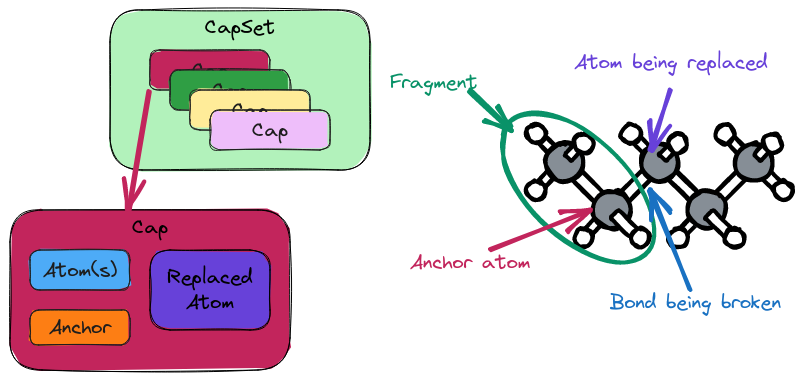
The Excalidraw diagram docs/source/developer/design/chemistry/assets/caps.png in NWChemEx/Chemist, before a commit. Source tidied: one line per element, renumbered; positions are measured from the earlier drawing's top-left corner, leaving out a move shared by most shapes. Its diagram source:
```json
{"id": 0, "type": "rectangle", "strokeColor": "#000000", "angle": 5.5, "backgroundColor": "white", "fillStyle": "solid", "strokeWidth": 4, "roughness": 1, "round": true, "x": 752, "y": 152, "width": 11, "height": 29}
{"id": 1, "type": "rectangle", "strokeColor": "#000000", "angle": 5.5, "backgroundColor": "white", "fillStyle": "solid", "strokeWidth": 4, "roughness": 1, "round": true, "x": 629, "y": 123, "width": 9, "height": 28}
{"id": 2, "type": "rectangle", "strokeColor": "#000000", "angle": 5.5, "backgroundColor": "white", "fillStyle": "solid", "strokeWidth": 4, "roughness": 1, "round": true, "x": 724, "y": 123, "width": 9, "height": 28}
{"id": 3, "type": "rectangle", "strokeColor": "#000000", "angle": 3.89, "backgroundColor": "white", "fillStyle": "solid", "strokeWidth": 4, "roughness": 1, "round": true, "x": 676, "y": 199, "width": 9, "height": 28}
{"id": 4, "type": "rectangle", "strokeColor": "#000000", "angle": 3.89, "backgroundColor": "white", "fillStyle": "solid", "strokeWidth": 4, "roughness": 1, "round": true, "x": 582, "y": 199, "width": 9, "height": 28}
{"id": 5, "type": "rectangle", "strokeColor": "#000000", "angle": 5.5, "backgroundColor": "white", "fillStyle": "solid", "strokeWidth": 4, "roughness": 1, "round": true, "x": 667, "y": 149, "width": 12, "height": 54}
{"id": 6, "type": "rectangle", "strokeColor": "#000000", "angle": 3.93, "backgroundColor": "white", "fillStyle": "solid", "strokeWidth": 4, "roughness": 1, "round": true, "x": 619, "y": 149, "width": 12, "height": 54}
{"id": 7, "type": "rectangle", "strokeColor": "#000000", "angle": 5.5, "backgroundColor": "white", "fillStyle": "solid", "strokeWidth": 4, "roughness": 1, "round": true, "x": 571, "y": 149, "width": 12, "height": 54}
{"id": 8, "type": "rectangle", "strokeColor": "#000000", "angle": 3.89, "backgroundColor": "white", "fillStyle": "solid", "strokeWidth": 4, "roughness": 1, "round": true, "x": 535, "y": 152, "width": 9, "height": 28}
{"id": 9, "type": "rectangle", "strokeColor": "#000000", "angle": 5.5, "backgroundColor": "white", "fillStyle": "solid", "strokeWidth": 4, "roughness": 1, "round": true, "x": 535, "y": 123, "width": 9, "height": 28}
{"id": 10, "type": "ellipse", "strokeColor": "#000000", "backgroundColor": "#868e96", "fillStyle": "solid", "strokeWidth": 4, "roughness": 1, "round": true, "x": 536, "y": 133, "width": 38, "height": 38}
{"id": 11, "type": "ellipse", "strokeColor": "#000000", "backgroundColor": "#868e96", "fillStyle": "solid", "strokeWidth": 4, "roughness": 1, "round": true, "x": 583, "y": 181, "width": 38, "height": 38}
{"id": 12, "type": "ellipse", "strokeColor": "#000000", "backgroundColor": "#868e96", "fillStyle": "solid", "strokeWidth": 4, "roughness": 1, "round": true, "x": 630, "y": 133, "width": 38, "height": 38}
{"id": 13, "type": "ellipse", "strokeColor": "#000000", "backgroundColor": "white", "fillStyle": "solid", "strokeWidth": 4, "roughness": 1, "round": true, "x": 517, "y": 114, "width": 19, "height": 19}
{"id": 14, "type": "ellipse", "strokeColor": "#000000", "backgroundColor": "white", "fillStyle": "solid", "strokeWidth": 4, "roughness": 1, "round": true, "x": 517, "y": 171, "width": 19, "height": 19}
{"id": 15, "type": "rectangle", "strokeColor": "#000000", "angle": 3.89, "backgroundColor": "white", "fillStyle": "solid", "strokeWidth": 4, "roughness": 1, "round": true, "x": 563, "y": 123, "width": 9, "height": 28}
{"id": 16, "type": "ellipse", "strokeColor": "#000000", "backgroundColor": "white", "fillStyle": "solid", "strokeWidth": 4, "roughness": 1, "round": true, "x": 564, "y": 124, "width": 19, "height": 19}
{"id": 17, "type": "rectangle", "strokeColor": "#000000", "angle": 3.93, "backgroundColor": "white", "fillStyle": "solid", "strokeWidth": 4, "roughness": 1, "round": true, "x": 715, "y": 149, "width": 12, "height": 54}
{"id": 18, "type": "ellipse", "strokeColor": "#000000", "backgroundColor": "#868e96", "fillStyle": "solid", "strokeWidth": 4, "roughness": 1, "round": true, "x": 678, "y": 181, "width": 38, "height": 38}
{"id": 19, "type": "ellipse", "strokeColor": "#000000", "backgroundColor": "#868e96", "fillStyle": "solid", "strokeWidth": 4, "roughness": 1, "round": true, "x": 725, "y": 133, "width": 38, "height": 38}
{"id": 20, "type": "rectangle", "strokeColor": "#000000", "angle": 5.5, "backgroundColor": "white", "fillStyle": "solid", "strokeWidth": 4, "roughness": 1, "round": true, "x": 609, "y": 199, "width": 11, "height": 29}
{"id": 21, "type": "ellipse", "strokeColor": "#000000", "backgroundColor": "white", "fillStyle": "solid", "strokeWidth": 4, "roughness": 1, "round": true, "x": 621, "y": 218, "width": 19, "height": 19}
{"id": 22, "type": "ellipse", "strokeColor": "#000000", "backgroundColor": "white", "fillStyle": "solid", "strokeWidth": 4, "roughness": 1, "round": true, "x": 564, "y": 218, "width": 19, "height": 19}
{"id": 23, "type": "rectangle", "strokeColor": "#000000", "angle": 5.5, "backgroundColor": "white", "fillStyle": "solid", "strokeWidth": 4, "roughness": 1, "round": true, "x": 704, "y": 199, "width": 11, "height": 29}
{"id": 24, "type": "ellipse", "strokeColor": "#000000", "backgroundColor": "white", "fillStyle": "solid", "strokeWidth": 4, "roughness": 1, "round": true, "x": 715, "y": 218, "width": 19, "height": 19}
{"id": 25, "type": "ellipse", "strokeColor": "#000000", "backgroundColor": "white", "fillStyle": "solid", "strokeWidth": 4, "roughness": 1, "round": true, "x": 659, "y": 218, "width": 19, "height": 19}
{"id": 26, "type": "ellipse", "strokeColor": "#000000", "backgroundColor": "white", "fillStyle": "solid", "strokeWidth": 4, "roughness": 1, "round": true, "x": 611, "y": 114, "width": 19, "height": 19}
{"id": 27, "type": "rectangle", "strokeColor": "#000000", "angle": 3.89, "backgroundColor": "white", "fillStyle": "solid", "strokeWidth": 4, "roughness": 1, "round": true, "x": 658, "y": 123, "width": 9, "height": 28}
{"id": 28, "type": "ellipse", "strokeColor": "#000000", "backgroundColor": "white", "fillStyle": "solid", "strokeWidth": 4, "roughness": 1, "round": true, "x": 659, "y": 124, "width": 19, "height": 19}
{"id": 29, "type": "ellipse", "strokeColor": "#000000", "backgroundColor": "white", "fillStyle": "solid", "strokeWidth": 4, "roughness": 1, "round": true, "x": 706, "y": 114, "width": 19, "height": 19}
{"id": 30, "type": "rectangle", "strokeColor": "#000000", "angle": 3.89, "backgroundColor": "white", "fillStyle": "solid", "strokeWidth": 4, "roughness": 1, "round": true, "x": 752, "y": 123, "width": 9, "height": 28}
{"id": 31, "type": "ellipse", "strokeColor": "#000000", "backgroundColor": "white", "fillStyle": "solid", "strokeWidth": 4, "roughness": 1, "round": true, "x": 753, "y": 124, "width": 19, "height": 19}
{"id": 32, "type": "ellipse", "strokeColor": "#000000", "backgroundColor": "white", "fillStyle": "solid", "strokeWidth": 4, "roughness": 1, "round": true, "x": 764, "y": 171, "width": 19, "height": 19}
{"id": 33, "type": "ellipse", "strokeColor": "#099268", "angle": 5.49, "strokeWidth": 4, "roughness": 1, "round": true, "x": 519, "y": 84, "width": 99, "height": 189}
{"id": 34, "type": "text", "text": "Bond being broken", "strokeColor": "#1971c2", "strokeWidth": 4, "roughness": 1, "fontSize": 20, "fontFamily": 1, "textAlign": "center", "x": 600, "y": 280, "width": 171, "height": 25}
{"id": 35, "type": "arrow", "strokeColor": "#1971c2", "strokeWidth": 4, "roughness": 1, "endArrowhead": "arrow", "round": true, "from": 34, "to": 33, "x": 680, "y": 280, "width": 40, "height": 100, "points": [[0, 0], [-40, -100]]}
{"id": 36, "type": "text", "text": "Atom being replaced", "strokeColor": "#6741d9", "strokeWidth": 4, "roughness": 1, "fontSize": 20, "fontFamily": 1, "textAlign": "center", "x": 564, "y": 40, "width": 193, "height": 25}
{"id": 37, "type": "arrow", "strokeColor": "#6741d9", "strokeWidth": 4, "roughness": 1, "endArrowhead": "arrow", "round": true, "from": 36, "to": 27, "x": 660, "y": 80, "width": 20, "height": 60, "points": [[0, 0], [-20, 60]]}
{"id": 38, "type": "text", "text": "Anchor atom", "strokeColor": "#c2255c", "strokeWidth": 4, "roughness": 1, "fontSize": 20, "fontFamily": 1, "textAlign": "center", "x": 400, "y": 240, "width": 120, "height": 25}
{"id": 39, "type": "arrow", "strokeColor": "#c2255c", "strokeWidth": 4, "roughness": 1, "endArrowhead": "arrow", "round": true, "from": 38, "to": 11, "x": 480, "y": 240, "width": 100, "height": 40, "points": [[0, 0], [100, -40]]}
{"id": 40, "type": "text", "text": "Fragment", "strokeColor": "#099268", "strokeWidth": 4, "roughness": 1, "fontSize": 20, "fontFamily": 1, "textAlign": "center", "x": 380, "y": 60, "width": 88, "height": 25}
{"id": 41, "type": "arrow", "strokeColor": "#099268", "strokeWidth": 4, "roughness": 1, "endArrowhead": "arrow", "round": true, "x": 460, "y": 80, "width": 40, "height": 40, "points": [[0, 0], [40, 40]]}
{"id": 42, "type": "rectangle", "strokeColor": "#000000", "backgroundColor": "#c2255c", "fillStyle": "solid", "strokeWidth": 1, "roughness": 1, "round": true, "x": 0, "y": 200, "width": 280, "height": 160}
{"id": 43, "type": "text", "text": "Cap", "strokeColor": "#000000", "strokeWidth": 1, "roughness": 1, "fontSize": 20, "fontFamily": 1, "textAlign": "center", "inside": 42, "x": 122, "y": 205, "width": 36, "height": 25}
{"id": 44, "type": "rectangle", "strokeColor": "#1e1e1e", "backgroundColor": "#4dabf7", "fillStyle": "solid", "strokeWidth": 1, "roughness": 1, "round": true, "x": 20, "y": 240, "width": 100, "height": 40}
{"id": 45, "type": "text", "text": "Atom(s)", "strokeColor": "#1e1e1e", "strokeWidth": 1, "roughness": 1, "fontSize": 20, "fontFamily": 1, "textAlign": "center", "verticalAlign": "middle", "inside": 44, "x": 33, "y": 248, "width": 74, "height": 25}
{"id": 46, "type": "rectangle", "strokeColor": "#1e1e1e", "backgroundColor": "#fd7e14", "fillStyle": "solid", "strokeWidth": 1, "roughness": 1, "round": true, "x": 20, "y": 300, "width": 100, "height": 35}
{"id": 47, "type": "text", "text": "Anchor", "strokeColor": "#1e1e1e", "strokeWidth": 1, "roughness": 1, "fontSize": 20, "fontFamily": 1, "textAlign": "center", "verticalAlign": "middle", "inside": 46, "x": 39, "y": 305, "width": 62, "height": 25}
{"id": 48, "type": "rectangle", "strokeColor": "#000000", "backgroundColor": "#6741d9", "fillStyle": "solid", "strokeWidth": 1, "roughness": 1, "round": true, "x": 140, "y": 240, "width": 120, "height": 80}
{"id": 49, "type": "text", "text": "Replaced\nAtom", "strokeColor": "#000000", "strokeWidth": 1, "roughness": 1, "fontSize": 20, "fontFamily": 1, "textAlign": "center", "verticalAlign": "middle", "inside": 48, "x": 157, "y": 255, "width": 85, "height": 50}
{"id": 50, "type": "rectangle", "strokeColor": "#000000", "backgroundColor": "#b2f2bb", "fillStyle": "solid", "strokeWidth": 1, "roughness": 1, "round": true, "x": 100, "y": 0, "width": 260, "height": 160}
{"id": 51, "type": "text", "text": "CapSet", "strokeColor": "#000000", "strokeWidth": 1, "roughness": 1, "fontSize": 20, "fontFamily": 1, "textAlign": "center", "inside": 50, "x": 195, "y": 5, "width": 70, "height": 25}
{"id": 52, "type": "rectangle", "strokeColor": "#1e1e1e", "backgroundColor": "#c2255c", "fillStyle": "solid", "strokeWidth": 1, "roughness": 1, "round": true, "x": 140, "y": 40, "width": 120, "height": 40}
{"id": 53, "type": "text", "text": "Cap", "strokeColor": "#1e1e1e", "strokeWidth": 1, "roughness": 1, "fontSize": 20, "fontFamily": 1, "textAlign": "center", "verticalAlign": "middle", "inside": 52, "x": 182, "y": 48, "width": 36, "height": 25}
{"id": 54, "type": "rectangle", "strokeColor": "#1e1e1e", "backgroundColor": "#2f9e44", "fillStyle": "solid", "strokeWidth": 1, "roughness": 1, "round": true, "x": 160, "y": 60, "width": 120, "height": 40}
{"id": 55, "type": "text", "text": "Cap", "strokeColor": "#1e1e1e", "strokeWidth": 1, "roughness": 1, "fontSize": 20, "fontFamily": 1, "textAlign": "center", "verticalAlign": "middle", "inside": 54, "x": 202, "y": 68, "width": 36, "height": 25}
{"id": 56, "type": "rectangle", "strokeColor": "#1e1e1e", "backgroundColor": "#ffec99", "fillStyle": "solid", "strokeWidth": 1, "roughness": 1, "round": true, "x": 180, "y": 80, "width": 120, "height": 40}
{"id": 57, "type": "text", "text": "Cap", "strokeColor": "#1e1e1e", "strokeWidth": 1, "roughness": 1, "fontSize": 20, "fontFamily": 1, "textAlign": "center", "verticalAlign": "middle", "inside": 56, "x": 222, "y": 88, "width": 36, "height": 25}
{"id": 58, "type": "rectangle", "strokeColor": "#1e1e1e", "backgroundColor": "#eebefa", "fillStyle": "solid", "strokeWidth": 1, "roughness": 1, "round": true, "x": 200, "y": 100, "width": 120, "height": 40}
{"id": 59, "type": "text", "text": "Cap", "strokeColor": "#1e1e1e", "strokeWidth": 1, "roughness": 1, "fontSize": 20, "fontFamily": 1, "textAlign": "center", "verticalAlign": "middle", "inside": 58, "x": 242, "y": 108, "width": 36, "height": 25}
{"id": 60, "type": "arrow", "strokeColor": "#c2255c", "backgroundColor": "#b2f2bb", "fillStyle": "solid", "strokeWidth": 4, "roughness": 1, "endArrowhead": "arrow", "round": true, "from": 52, "to": 42, "x": 140, "y": 81, "width": 20, "height": 118, "points": [[0, 0], [-20, 118]]}
```
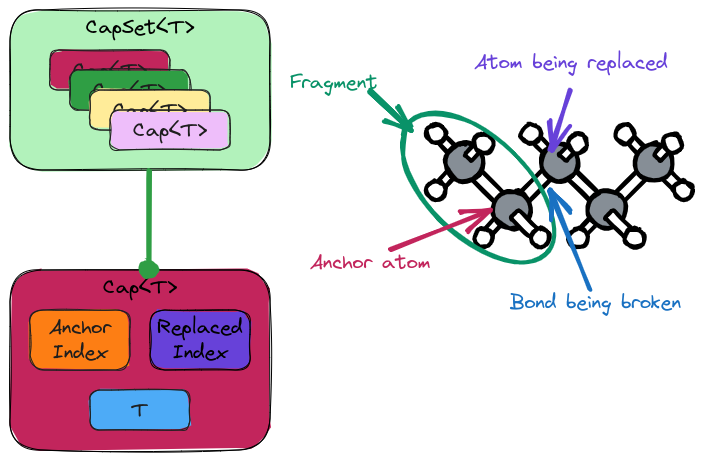
Later version of the same file.

What changed in the source:
```diff
@@ -40,22 +40,22 @@
 {"id": 39, "type": "arrow", "strokeColor": "#c2255c", "strokeWidth": 4, "roughness": 1, "endArrowhead": "arrow", "round": true, "from": 38, "to": 11, "x": 480, "y": 240, "width": 100, "height": 40, "points": [[0, 0], [100, -40]]}
 {"id": 40, "type": "text", "text": "Fragment", "strokeColor": "#099268", "strokeWidth": 4, "roughness": 1, "fontSize": 20, "fontFamily": 1, "textAlign": "center", "x": 380, "y": 60, "width": 88, "height": 25}
 {"id": 41, "type": "arrow", "strokeColor": "#099268", "strokeWidth": 4, "roughness": 1, "endArrowhead": "arrow", "round": true, "x": 460, "y": 80, "width": 40, "height": 40, "points": [[0, 0], [40, 40]]}
-{"id": 42, "type": "rectangle", "strokeColor": "#000000", "backgroundColor": "#c2255c", "fillStyle": "solid", "strokeWidth": 1, "roughness": 1, "round": true, "x": 0, "y": 200, "width": 280, "height": 160}
+{"id": 42, "type": "rectangle", "strokeColor": "#000000", "backgroundColor": "#c2255c", "fillStyle": "solid", "strokeWidth": 1, "roughness": 1, "round": true, "x": 100, "y": 260, "width": 260, "height": 180}
-{"id": 43, "type": "text", "text": "Cap", "strokeColor": "#000000", "strokeWidth": 1, "roughness": 1, "fontSize": 20, "fontFamily": 1, "textAlign": "center", "inside": 42, "x": 122, "y": 205, "width": 36, "height": 25}
+{"id": 43, "type": "text", "text": "Cap<T>", "strokeColor": "#000000", "strokeWidth": 1, "roughness": 1, "fontSize": 20, "fontFamily": 1, "textAlign": "center", "inside": 42, "x": 193, "y": 265, "width": 74, "height": 25}
-{"id": 44, "type": "rectangle", "strokeColor": "#1e1e1e", "backgroundColor": "#4dabf7", "fillStyle": "solid", "strokeWidth": 1, "roughness": 1, "round": true, "x": 20, "y": 240, "width": 100, "height": 40}
+{"id": 44, "type": "rectangle", "strokeColor": "#1e1e1e", "backgroundColor": "#4dabf7", "fillStyle": "solid", "strokeWidth": 1, "roughness": 1, "round": true, "x": 180, "y": 380, "width": 100, "height": 40}
-{"id": 45, "type": "text", "text": "Atom(s)", "strokeColor": "#1e1e1e", "strokeWidth": 1, "roughness": 1, "fontSize": 20, "fontFamily": 1, "textAlign": "center", "verticalAlign": "middle", "inside": 44, "x": 33, "y": 248, "width": 74, "height": 25}
+{"id": 45, "type": "text", "text": "T", "strokeColor": "#1e1e1e", "strokeWidth": 1, "roughness": 1, "fontSize": 20, "fontFamily": 1, "textAlign": "center", "verticalAlign": "middle", "inside": 44, "x": 222, "y": 388, "width": 16, "height": 25}
-{"id": 46, "type": "rectangle", "strokeColor": "#1e1e1e", "backgroundColor": "#fd7e14", "fillStyle": "solid", "strokeWidth": 1, "roughness": 1, "round": true, "x": 20, "y": 300, "width": 100, "height": 35}
+{"id": 46, "type": "rectangle", "strokeColor": "#1e1e1e", "backgroundColor": "#fd7e14", "fillStyle": "solid", "strokeWidth": 1, "roughness": 1, "round": true, "x": 120, "y": 300, "width": 100, "height": 60}
-{"id": 47, "type": "text", "text": "Anchor", "strokeColor": "#1e1e1e", "strokeWidth": 1, "roughness": 1, "fontSize": 20, "fontFamily": 1, "textAlign": "center", "verticalAlign": "middle", "inside": 46, "x": 39, "y": 305, "width": 62, "height": 25}
+{"id": 47, "type": "text", "text": "Anchor\nIndex", "strokeColor": "#1e1e1e", "strokeWidth": 1, "roughness": 1, "fontSize": 20, "fontFamily": 1, "textAlign": "center", "verticalAlign": "middle", "inside": 46, "x": 139, "y": 305, "width": 62, "height": 50}
-{"id": 48, "type": "rectangle", "strokeColor": "#000000", "backgroundColor": "#6741d9", "fillStyle": "solid", "strokeWidth": 1, "roughness": 1, "round": true, "x": 140, "y": 240, "width": 120, "height": 80}
+{"id": 48, "type": "rectangle", "strokeColor": "#000000", "backgroundColor": "#6741d9", "fillStyle": "solid", "strokeWidth": 1, "roughness": 1, "round": true, "x": 240, "y": 300, "width": 100, "height": 60}
-{"id": 49, "type": "text", "text": "Replaced\nAtom", "strokeColor": "#000000", "strokeWidth": 1, "roughness": 1, "fontSize": 20, "fontFamily": 1, "textAlign": "center", "verticalAlign": "middle", "inside": 48, "x": 157, "y": 255, "width": 85, "height": 50}
+{"id": 49, "type": "text", "text": "Replaced\nIndex", "strokeColor": "#000000", "strokeWidth": 1, "roughness": 1, "fontSize": 20, "fontFamily": 1, "textAlign": "center", "verticalAlign": "middle", "inside": 48, "x": 247, "y": 305, "width": 85, "height": 50}
 {"id": 50, "type": "rectangle", "strokeColor": "#000000", "backgroundColor": "#b2f2bb", "fillStyle": "solid", "strokeWidth": 1, "roughness": 1, "round": true, "x": 100, "y": 0, "width": 260, "height": 160}
-{"id": 51, "type": "text", "text": "CapSet", "strokeColor": "#000000", "strokeWidth": 1, "roughness": 1, "fontSize": 20, "fontFamily": 1, "textAlign": "center", "inside": 50, "x": 195, "y": 5, "width": 70, "height": 25}
+{"id": 51, "type": "text", "text": "CapSet<T>", "strokeColor": "#000000", "strokeWidth": 1, "roughness": 1, "fontSize": 20, "fontFamily": 1, "textAlign": "center", "inside": 50, "x": 176, "y": 5, "width": 108, "height": 25}
 {"id": 52, "type": "rectangle", "strokeColor": "#1e1e1e", "backgroundColor": "#c2255c", "fillStyle": "solid", "strokeWidth": 1, "roughness": 1, "round": true, "x": 140, "y": 40, "width": 120, "height": 40}
-{"id": 53, "type": "text", "text": "Cap", "strokeColor": "#1e1e1e", "strokeWidth": 1, "roughness": 1, "fontSize": 20, "fontFamily": 1, "textAlign": "center", "verticalAlign": "middle", "inside": 52, "x": 182, "y": 48, "width": 36, "height": 25}
+{"id": 53, "type": "text", "text": "Cap<T>", "strokeColor": "#1e1e1e", "strokeWidth": 1, "roughness": 1, "fontSize": 20, "fontFamily": 1, "textAlign": "center", "verticalAlign": "middle", "inside": 52, "x": 163, "y": 48, "width": 74, "height": 25}
 {"id": 54, "type": "rectangle", "strokeColor": "#1e1e1e", "backgroundColor": "#2f9e44", "fillStyle": "solid", "strokeWidth": 1, "roughness": 1, "round": true, "x": 160, "y": 60, "width": 120, "height": 40}
-{"id": 55, "type": "text", "text": "Cap", "strokeColor": "#1e1e1e", "strokeWidth": 1, "roughness": 1, "fontSize": 20, "fontFamily": 1, "textAlign": "center", "verticalAlign": "middle", "inside": 54, "x": 202, "y": 68, "width": 36, "height": 25}
+{"id": 55, "type": "text", "text": "Cap<T>", "strokeColor": "#1e1e1e", "strokeWidth": 1, "roughness": 1, "fontSize": 20, "fontFamily": 1, "textAlign": "center", "verticalAlign": "middle", "inside": 54, "x": 183, "y": 68, "width": 74, "height": 25}
 {"id": 56, "type": "rectangle", "strokeColor": "#1e1e1e", "backgroundColor": "#ffec99", "fillStyle": "solid", "strokeWidth": 1, "roughness": 1, "round": true, "x": 180, "y": 80, "width": 120, "height": 40}
-{"id": 57, "type": "text", "text": "Cap", "strokeColor": "#1e1e1e", "strokeWidth": 1, "roughness": 1, "fontSize": 20, "fontFamily": 1, "textAlign": "center", "verticalAlign": "middle", "inside": 56, "x": 222, "y": 88, "width": 36, "height": 25}
+{"id": 57, "type": "text", "text": "Cap<T>", "strokeColor": "#1e1e1e", "strokeWidth": 1, "roughness": 1, "fontSize": 20, "fontFamily": 1, "textAlign": "center", "verticalAlign": "middle", "inside": 56, "x": 203, "y": 88, "width": 74, "height": 25}
 {"id": 58, "type": "rectangle", "strokeColor": "#1e1e1e", "backgroundColor": "#eebefa", "fillStyle": "solid", "strokeWidth": 1, "roughness": 1, "round": true, "x": 200, "y": 100, "width": 120, "height": 40}
-{"id": 59, "type": "text", "text": "Cap", "strokeColor": "#1e1e1e", "strokeWidth": 1, "roughness": 1, "fontSize": 20, "fontFamily": 1, "textAlign": "center", "verticalAlign": "middle", "inside": 58, "x": 242, "y": 108, "width": 36, "height": 25}
+{"id": 59, "type": "text", "text": "Cap<T>", "strokeColor": "#1e1e1e", "strokeWidth": 1, "roughness": 1, "fontSize": 20, "fontFamily": 1, "textAlign": "center", "verticalAlign": "middle", "inside": 58, "x": 223, "y": 108, "width": 74, "height": 25}
-{"id": 60, "type": "arrow", "strokeColor": "#c2255c", "backgroundColor": "#b2f2bb", "fillStyle": "solid", "strokeWidth": 4, "roughness": 1, "endArrowhead": "arrow", "round": true, "from": 52, "to": 42, "x": 140, "y": 81, "width": 20, "height": 118, "points": [[0, 0], [-20, 118]]}
+{"id": 60, "type": "arrow", "strokeColor": "#2f9e44", "backgroundColor": "#b2f2bb", "fillStyle": "solid", "strokeWidth": 4, "roughness": 1, "endArrowhead": "dot", "round": true, "from": 50, "to": 42, "x": 240, "y": 160, "width": 0, "height": 100, "points": [[0, 0], [0, 100]]}
```
